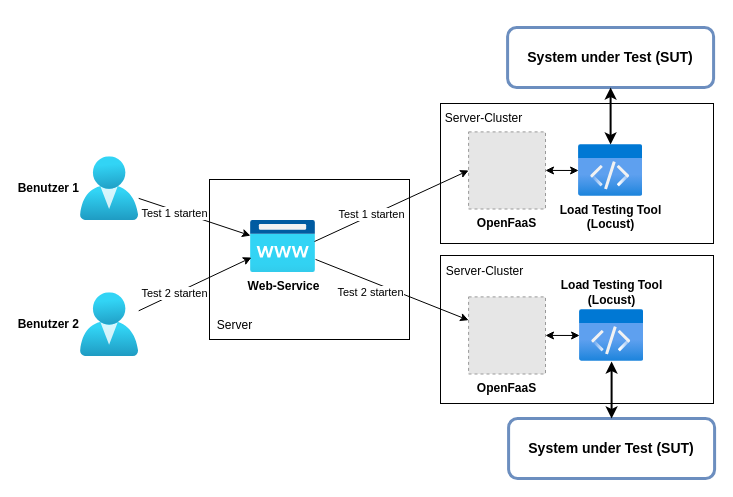
This is drawio/lastverteilungOpenFaaS.drawio from JadKHaddad/Openfaas-Performance-Testing-as-a-Service, a draw.io file, before an edit. Source tidied: cells renumbered, new cells numbered last; positions are measured from the earlier drawing's top-left corner, leaving out a move shared by most shapes. Both pictures are drawn from the tidied source at 100%, with x=0, y=0 at pixel (80, 27). Pictures stored in the file or linked from it are replaced by grey dashed boxes.
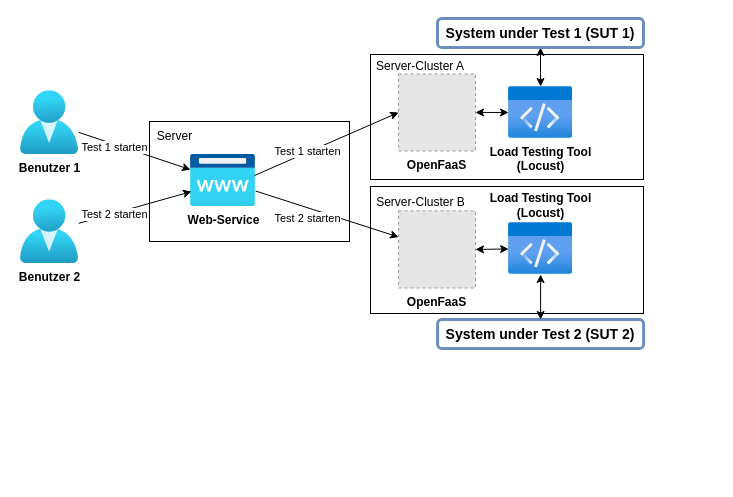
The same page after the edit.

Diff of the diagram source:
```diff
@@
     <mxCell id="2" style="rounded=0;whiteSpace=wrap;html=1;fillColor=none;" parent="1" vertex="1">
-      <mxGeometry x="360" y="76" width="273" height="140" as="geometry" />
+      <mxGeometry x="290" y="27" width="273" height="125" as="geometry" />
     </mxCell>
     <mxCell id="3" style="rounded=0;whiteSpace=wrap;html=1;fillColor=none;" parent="1" vertex="1">
-      <mxGeometry x="129" y="152" width="200" height="160" as="geometry" />
+      <mxGeometry x="69" y="94" width="200" height="120" as="geometry" />
     </mxCell>
-    <mxCell id="4" value="Benutzer 1" style="html=1;points=[];align=right;image;fontSize=12;image=img/lib/azure2/identity/Users.svg;fontStyle=1;labelPosition=left;verticalLabelPosition=middle;verticalAlign=middle;" parent="1" vertex="1">
-      <mxGeometry y="129.3" width="58.2" height="63.7" as="geometry" />
+    <mxCell id="4" value="Benutzer 1" style="html=1;points=[];align=center;image;fontSize=12;image=img/lib/azure2/identity/Users.svg;fontStyle=1;labelPosition=center;verticalLabelPosition=bottom;verticalAlign=top;" parent="1" vertex="1">
+      <mxGeometry x="-60" y="63.3" width="58.2" height="63.7" as="geometry" />
     </mxCell>
     <mxCell id="5" value="Web-Service" style="html=1;points=[];align=center;image;fontSize=12;image=img/lib/azure2/app_services/App_Service_Domains.svg;fontStyle=1;" parent="1" vertex="1">
-      <mxGeometry x="170" y="193" width="65" height="52" as="geometry" />
+      <mxGeometry x="110" y="127" width="65" height="52" as="geometry" />
     </mxCell>
-    <mxCell id="6" value="System under Test (SUT)" style="rounded=1;whiteSpace=wrap;html=1;strokeColor=#6C8EBF;strokeWidth=3;fillColor=none;fontSize=14;fontStyle=1;" parent="1" vertex="1">
-      <mxGeometry x="427.1" width="206" height="60" as="geometry" />
-    </mxCell>
     <mxCell id="7" value="Load Testing Tool&lt;br&gt;(Locust)" style="html=1;points=[];align=center;image;fontSize=12;image=img/lib/azure2/general/Code.svg;fontStyle=1;labelBackgroundColor=#FFFFFF;labelBorderColor=none;fontColor=default;labelPosition=center;verticalLabelPosition=bottom;verticalAlign=top;" parent="1" vertex="1">
-      <mxGeometry x="498.1" y="117" width="64" height="52" as="geometry" />
+      <mxGeometry x="428.1" y="59" width="64" height="52" as="geometry" />
     </mxCell>
-    <mxCell id="8" style="endArrow=classic;startArrow=classic;html=1;rounded=0;fontSize=14;fontColor=default;strokeWidth=2;" parent="1" edge="1" source="7" target="6">
+    <mxCell id="8" style="endArrow=classic;startArrow=classic;html=1;rounded=0;fontSize=14;fontColor=default;strokeWidth=1;entryX=0.5;entryY=1;entryDx=0;entryDy=0;" parent="1" edge="1" source="7" target="29">
       <mxGeometry relative="1" as="geometry" />
     </mxCell>
     <mxCell id="9" value="OpenFaaS" style="fillColor=#E6E6E6;strokeColor=#999999;dashed=1;verticalLabelPosition=bottom;verticalAlign=top;fontStyle=1;" parent="1" vertex="1">
-      <mxGeometry x="388.1" y="104.4" width="76.9" height="77.1" as="geometry" />
+      <mxGeometry x="318.1" y="46.4" width="76.9" height="77.1" as="geometry" />
     </mxCell>
     <mxCell id="10" value="Server" style="text;html=1;strokeColor=none;fillColor=none;align=center;verticalAlign=middle;whiteSpace=wrap;rounded=0;" parent="1" vertex="1">
-      <mxGeometry x="129" y="283" width="51" height="30" as="geometry" />
+      <mxGeometry x="69" y="94" width="51" height="30" as="geometry" />
     </mxCell>
-    <mxCell id="11" value="Benutzer 2" style="html=1;points=[];align=right;image;fontSize=12;image=img/lib/azure2/identity/Users.svg;fontStyle=1;labelPosition=left;verticalLabelPosition=middle;verticalAlign=middle;" parent="1" vertex="1">
-      <mxGeometry y="265.2" width="58.2" height="63.7" as="geometry" />
+    <mxCell id="11" value="Benutzer 2" style="html=1;points=[];align=center;image;fontSize=12;image=img/lib/azure2/identity/Users.svg;fontStyle=1;labelPosition=center;verticalLabelPosition=bottom;verticalAlign=top;" parent="1" vertex="1">
+      <mxGeometry x="-60" y="172.2" width="58.2" height="63.7" as="geometry" />
     </mxCell>
@@
-    <mxCell id="13" value="Server-Cluster" style="text;html=1;strokeColor=none;fillColor=none;align=center;verticalAlign=middle;whiteSpace=wrap;rounded=0;" parent="1" vertex="1">
-      <mxGeometry x="360" y="76" width="87" height="30" as="geometry" />
+    <mxCell id="13" value="Server-Cluster A" style="text;html=1;strokeColor=none;fillColor=none;align=center;verticalAlign=middle;whiteSpace=wrap;rounded=0;" parent="1" vertex="1">
+      <mxGeometry x="290" y="24" width="100" height="30" as="geometry" />
     </mxCell>
     <mxCell id="14" style="rounded=0;whiteSpace=wrap;html=1;fillColor=none;" parent="1" vertex="1">
-      <mxGeometry x="360" y="228" width="273" height="148" as="geometry" />
+      <mxGeometry x="290" y="159" width="273" height="127" as="geometry" />
     </mxCell>
-    <mxCell id="15" value="System under Test (SUT)" style="rounded=1;whiteSpace=wrap;html=1;strokeColor=#6C8EBF;strokeWidth=3;fillColor=none;fontSize=14;fontStyle=1;" parent="1" vertex="1">
-      <mxGeometry x="428.1" y="391" width="206" height="60" as="geometry" />
+    <mxCell id="15" value="System under Test 2 (SUT 2)" style="rounded=1;whiteSpace=wrap;html=1;strokeColor=#6C8EBF;strokeWidth=3;fillColor=none;fontSize=14;fontStyle=1;" parent="1" vertex="1">
+      <mxGeometry x="357.1" y="292" width="206" height="29" as="geometry" />
     </mxCell>
     <mxCell id="16" value="Load Testing Tool&lt;br&gt;(Locust)" style="html=1;points=[];align=center;image;fontSize=12;image=img/lib/azure2/general/Code.svg;fontStyle=1;labelBackgroundColor=#FFFFFF;labelBorderColor=none;fontColor=default;labelPosition=center;verticalLabelPosition=top;verticalAlign=bottom;" parent="1" vertex="1">
-      <mxGeometry x="499.1" y="282" width="64" height="52" as="geometry" />
+      <mxGeometry x="428.1" y="195" width="64" height="52" as="geometry" />
     </mxCell>
-    <mxCell id="17" style="endArrow=classic;startArrow=classic;html=1;rounded=0;fontSize=14;fontColor=default;strokeWidth=2;" parent="1" edge="1" source="16" target="15">
+    <mxCell id="17" style="endArrow=classic;startArrow=classic;html=1;rounded=0;fontSize=14;fontColor=default;strokeWidth=1;" parent="1" edge="1" source="16" target="15">
       <mxGeometry relative="1" as="geometry" />
     </mxCell>
     <mxCell id="18" value="OpenFaaS" style="fillColor=#E6E6E6;strokeColor=#999999;dashed=1;verticalLabelPosition=bottom;verticalAlign=top;fontStyle=1;" parent="1" vertex="1">
-      <mxGeometry x="388.1" y="269.4" width="76.9" height="77.1" as="geometry" />
+      <mxGeometry x="318.1" y="183.4" width="76.9" height="77.1" as="geometry" />
     </mxCell>
@@
-    <mxCell id="28" value="Server-Cluster" style="text;html=1;strokeColor=none;fillColor=none;align=center;verticalAlign=middle;whiteSpace=wrap;rounded=0;" parent="1" vertex="1">
-      <mxGeometry x="361" y="229" width="87" height="30" as="geometry" />
+    <mxCell id="28" value="Server-Cluster B" style="text;html=1;strokeColor=none;fillColor=none;align=center;verticalAlign=middle;whiteSpace=wrap;rounded=0;" parent="1" vertex="1">
+      <mxGeometry x="291" y="160" width="99" height="30" as="geometry" />
     </mxCell>
+    <mxCell id="29" value="System under Test 1 (SUT 1)" style="rounded=1;whiteSpace=wrap;html=1;strokeColor=#6C8EBF;strokeWidth=3;fillColor=none;fontSize=14;fontStyle=1;" parent="1" vertex="1">
+      <mxGeometry x="357" y="-9" width="206" height="29" as="geometry" />
+    </mxCell>
```
